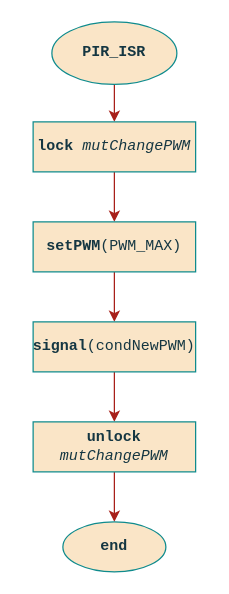
Before: page "PIR" (1 of 3) of project/report/flowcharts/Sensors.drawio in ESRGgroup9/slipad, a draw.io diagram. Source tidied: cells renumbered, new cells numbered last; positions are measured from the earlier drawing's top-left corner, leaving out a move shared by most shapes. Both pictures are drawn from the tidied source at 125%, with x=0, y=0 at pixel (32, 21).
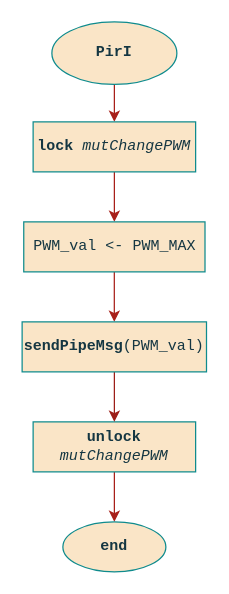
Above is the later version.

Diff of the diagram source:
```diff
@@
 <mxGraphModel>
   <root>
     <mxCell id="0" />
     <mxCell id="1" parent="0" />
     <mxCell id="2" style="edgeStyle=orthogonalEdgeStyle;curved=0;rounded=1;sketch=0;jettySize=auto;html=1;entryX=0.5;entryY=0;entryDx=0;entryDy=0;fontColor=#143642;strokeColor=#A8201A;fillColor=#FAE5C7;" parent="1" edge="1" source="3" target="5">
       <mxGeometry relative="1" as="geometry" />
     </mxCell>
-    <mxCell id="3" value="&lt;b&gt;PIR_ISR&lt;/b&gt;" style="ellipse;whiteSpace=wrap;html=1;fontFamily=Courier New;fillColor=#FAE5C7;strokeColor=#0F8B8D;fontColor=#143642;" parent="1" vertex="1">
+    <mxCell id="3" value="&lt;b&gt;PirI&lt;/b&gt;" style="ellipse;whiteSpace=wrap;html=1;fontFamily=Courier New;fillColor=#FAE5C7;strokeColor=#0F8B8D;fontColor=#143642;" parent="1" vertex="1">
       <mxGeometry x="15" width="100" height="50" as="geometry" />
     </mxCell>
     <mxCell id="4" style="edgeStyle=orthogonalEdgeStyle;curved=0;rounded=1;sketch=0;jettySize=auto;html=1;fontColor=#143642;strokeColor=#A8201A;fillColor=#FAE5C7;" parent="1" edge="1" source="5" target="7">
       <mxGeometry relative="1" as="geometry" />
     </mxCell>
     <mxCell id="5" value="&lt;div&gt;&lt;b&gt;lock&lt;/b&gt;&lt;i&gt; mutChangePWM&lt;/i&gt;&lt;br&gt;&lt;/div&gt;" style="rounded=0;whiteSpace=wrap;html=1;sketch=0;fontColor=#143642;strokeColor=#0F8B8D;fillColor=#FAE5C7;fontFamily=Courier New;" parent="1" vertex="1">
       <mxGeometry y="80" width="130" height="40" as="geometry" />
     </mxCell>
-    <mxCell id="6" style="edgeStyle=orthogonalEdgeStyle;curved=0;rounded=1;sketch=0;jettySize=auto;html=1;fontColor=#143642;strokeColor=#A8201A;fillColor=#FAE5C7;" parent="1" edge="1" source="7" target="9">
+    <mxCell id="6" style="edgeStyle=orthogonalEdgeStyle;curved=0;rounded=1;sketch=0;jettySize=auto;html=1;fontColor=#143642;strokeColor=#A8201A;fillColor=#FAE5C7;entryX=0.5;entryY=0;entryDx=0;entryDy=0;" parent="1" edge="1" source="7" target="14">
       <mxGeometry relative="1" as="geometry" />
     </mxCell>
-    <mxCell id="7" value="&lt;b&gt;setPWM&lt;/b&gt;(PWM_MAX)" style="rounded=0;whiteSpace=wrap;html=1;sketch=0;fontColor=#143642;strokeColor=#0F8B8D;fillColor=#FAE5C7;fontFamily=Courier New;" parent="1" vertex="1">
-      <mxGeometry y="160" width="130" height="40" as="geometry" />
+    <mxCell id="7" value="PWM_val &amp;lt;- PWM_MAX" style="rounded=0;whiteSpace=wrap;html=1;sketch=0;fontColor=#143642;strokeColor=#0F8B8D;fillColor=#FAE5C7;fontFamily=Courier New;" parent="1" vertex="1">
+      <mxGeometry x="-7.5" y="160" width="145" height="40" as="geometry" />
     </mxCell>
-    <mxCell id="8" style="edgeStyle=orthogonalEdgeStyle;curved=0;rounded=1;sketch=0;jettySize=auto;html=1;fontColor=#143642;strokeColor=#A8201A;fillColor=#FAE5C7;" parent="1" edge="1" source="9" target="11">
-      <mxGeometry relative="1" as="geometry" />
-    </mxCell>
-    <mxCell id="9" value="&lt;b&gt;signal&lt;/b&gt;(condNewPWM)" style="rounded=0;whiteSpace=wrap;html=1;sketch=0;fontColor=#143642;strokeColor=#0F8B8D;fillColor=#FAE5C7;fontFamily=Courier New;" parent="1" vertex="1">
-      <mxGeometry y="240" width="130" height="40" as="geometry" />
-    </mxCell>
     <mxCell id="10" style="edgeStyle=orthogonalEdgeStyle;curved=0;rounded=1;sketch=0;jettySize=auto;html=1;fontColor=#143642;strokeColor=#A8201A;fillColor=#FAE5C7;" parent="1" edge="1" source="11" target="12">
       <mxGeometry relative="1" as="geometry" />
     </mxCell>
     <mxCell id="11" value="&lt;b&gt;unlock&lt;/b&gt;&lt;i&gt; mutChangePWM&lt;/i&gt;" style="rounded=0;whiteSpace=wrap;html=1;sketch=0;fontColor=#143642;strokeColor=#0F8B8D;fillColor=#FAE5C7;fontFamily=Courier New;" parent="1" vertex="1">
       <mxGeometry y="320" width="130" height="40" as="geometry" />
     </mxCell>
     <mxCell id="12" value="&lt;b&gt;end&lt;/b&gt;" style="ellipse;whiteSpace=wrap;html=1;rounded=0;sketch=0;fontFamily=Courier New;fontColor=#143642;strokeColor=#0F8B8D;fillColor=#FAE5C7;" parent="1" vertex="1">
       <mxGeometry x="23.8" y="400" width="82.4" height="40" as="geometry" />
     </mxCell>
+    <mxCell id="13" style="edgeStyle=orthogonalEdgeStyle;rounded=0;jettySize=auto;html=1;strokeColor=#9C1E18;" parent="1" edge="1" source="14" target="11">
+      <mxGeometry relative="1" as="geometry" />
+    </mxCell>
+    <mxCell id="14" value="&lt;b&gt;sendPipeMsg&lt;/b&gt;(PWM_val)" style="rounded=0;whiteSpace=wrap;html=1;sketch=0;fontColor=#143642;strokeColor=#0F8B8D;fillColor=#FAE5C7;fontFamily=Courier New;" parent="1" vertex="1">
+      <mxGeometry x="-8.8" y="240" width="147.5" height="40" as="geometry" />
+    </mxCell>
   </root>
 </mxGraphModel>
```
